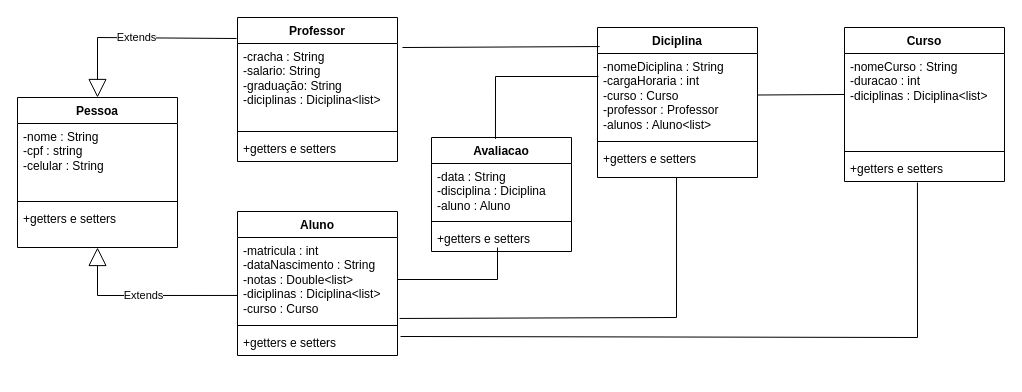
This is Trabalho Final/Diagrama.drawio from brendoncode/TrabalhoFinalPOO, a draw.io file, before an edit. Source tidied: cells renumbered, new cells numbered last; positions are measured from the earlier drawing's top-left corner, leaving out a move shared by most shapes. Both pictures are drawn from the tidied source at 100%, with x=0, y=0 at pixel (17, 17).
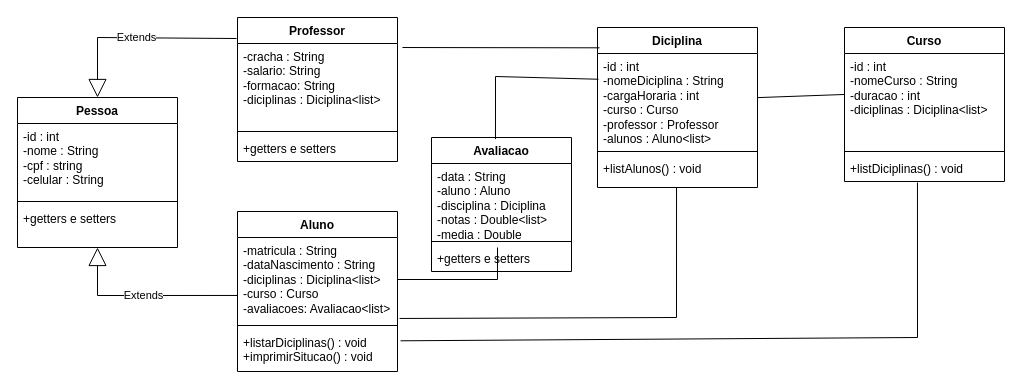
After the change.

The change refers to these unchanged cells:
```xml
<mxCell id="2" value="Professor" style="swimlane;fontStyle=1;align=center;verticalAlign=top;horizontal=1;startSize=26;whiteSpace=wrap;html=1;" parent="1" vertex="1">
  <mxGeometry x="220" width="160" height="144" as="geometry" />
</mxCell>
<mxCell id="6" value="Curso" style="swimlane;fontStyle=1;align=center;verticalAlign=top;horizontal=1;startSize=26;whiteSpace=wrap;html=1;" parent="1" vertex="1">
  <mxGeometry x="827" y="10" width="160" height="154" as="geometry" />
</mxCell>
<mxCell id="14" value="Pessoa" style="swimlane;fontStyle=1;align=center;verticalAlign=top;horizontal=1;startSize=26;whiteSpace=wrap;html=1;" parent="1" vertex="1">
  <mxGeometry y="80" width="160" height="150" as="geometry" />
</mxCell>
```

Change to the diagram source:
```diff
@@
-    <mxCell id="3" value="-cracha : String&lt;br&gt;-salario: String&lt;br&gt;-graduação: String&lt;br&gt;-diciplinas : Diciplina&amp;lt;list&amp;gt;" style="text;strokeColor=none;fillColor=none;align=left;verticalAlign=top;spacingLeft=4;spacingRight=4;overflow=hidden;points=[[0,0.5],[1,0.5]];portConstraint=eastwest;whiteSpace=wrap;html=1;" parent="2" vertex="1">
+    <mxCell id="3" value="-cracha : String&lt;br&gt;-salario: String&lt;br&gt;-formacao: String&lt;br&gt;-diciplinas : Diciplina&amp;lt;list&amp;gt;" style="text;strokeColor=none;fillColor=none;align=left;verticalAlign=top;spacingLeft=4;spacingRight=4;overflow=hidden;points=[[0,0.5],[1,0.5]];portConstraint=eastwest;whiteSpace=wrap;html=1;" parent="2" vertex="1">
       <mxGeometry y="26" width="160" height="84" as="geometry" />
     </mxCell>
@@
-    <mxCell id="7" value="-nomeCurso : String&lt;br&gt;-duracao : int&lt;br&gt;-diciplinas : Diciplina&amp;lt;list&amp;gt;" style="text;strokeColor=none;fillColor=none;align=left;verticalAlign=top;spacingLeft=4;spacingRight=4;overflow=hidden;points=[[0,0.5],[1,0.5]];portConstraint=eastwest;whiteSpace=wrap;html=1;" parent="6" vertex="1">
+    <mxCell id="7" value="-id : int&lt;br&gt;-nomeCurso : String&lt;br&gt;-duracao : int&lt;br&gt;-diciplinas : Diciplina&amp;lt;list&amp;gt;" style="text;strokeColor=none;fillColor=none;align=left;verticalAlign=top;spacingLeft=4;spacingRight=4;overflow=hidden;points=[[0,0.5],[1,0.5]];portConstraint=eastwest;whiteSpace=wrap;html=1;" parent="6" vertex="1">
       <mxGeometry y="26" width="160" height="94" as="geometry" />
     </mxCell>
@@
-    <mxCell id="9" value="+getters e setters" style="text;strokeColor=none;fillColor=none;align=left;verticalAlign=top;spacingLeft=4;spacingRight=4;overflow=hidden;points=[[0,0.5],[1,0.5]];portConstraint=eastwest;whiteSpace=wrap;html=1;" parent="6" vertex="1">
+    <mxCell id="9" value="+listDiciplinas() : void" style="text;strokeColor=none;fillColor=none;align=left;verticalAlign=top;spacingLeft=4;spacingRight=4;overflow=hidden;points=[[0,0.5],[1,0.5]];portConstraint=eastwest;whiteSpace=wrap;html=1;" parent="6" vertex="1">
       <mxGeometry y="128" width="160" height="26" as="geometry" />
     </mxCell>
     <mxCell id="10" value="Diciplina" style="swimlane;fontStyle=1;align=center;verticalAlign=top;horizontal=1;startSize=26;whiteSpace=wrap;html=1;" parent="1" vertex="1">
-      <mxGeometry x="580" y="10" width="160" height="150" as="geometry" />
+      <mxGeometry x="580" y="10" width="160" height="160" as="geometry" />
     </mxCell>
-    <mxCell id="11" value="-nomeDiciplina : String&lt;br&gt;-cargaHoraria : int&lt;br&gt;-curso : Curso&lt;br&gt;-professor : Professor&lt;br&gt;-alunos : Aluno&amp;lt;list&amp;gt;" style="text;strokeColor=none;fillColor=none;align=left;verticalAlign=top;spacingLeft=4;spacingRight=4;overflow=hidden;points=[[0,0.5],[1,0.5]];portConstraint=eastwest;whiteSpace=wrap;html=1;" parent="10" vertex="1">
-      <mxGeometry y="26" width="160" height="84" as="geometry" />
+    <mxCell id="11" value="-id : int&lt;br&gt;-nomeDiciplina : String&lt;br&gt;-cargaHoraria : int&lt;br&gt;-curso : Curso&lt;br&gt;-professor : Professor&lt;br&gt;-alunos : Aluno&amp;lt;list&amp;gt;" style="text;strokeColor=none;fillColor=none;align=left;verticalAlign=top;spacingLeft=4;spacingRight=4;overflow=hidden;points=[[0,0.5],[1,0.5]];portConstraint=eastwest;whiteSpace=wrap;html=1;" parent="10" vertex="1">
+      <mxGeometry y="26" width="160" height="94" as="geometry" />
     </mxCell>
     <mxCell id="12" style="line;strokeWidth=1;fillColor=none;align=left;verticalAlign=middle;spacingTop=-1;spacingLeft=3;spacingRight=3;labelPosition=right;strokeColor=inherit;" parent="10" vertex="1">
-      <mxGeometry y="110" width="160" height="8" as="geometry" />
+      <mxGeometry y="120" width="160" height="8" as="geometry" />
     </mxCell>
-    <mxCell id="13" value="+getters e setters" style="text;strokeColor=none;fillColor=none;align=left;verticalAlign=top;spacingLeft=4;spacingRight=4;overflow=hidden;points=[[0,0.5],[1,0.5]];portConstraint=eastwest;whiteSpace=wrap;html=1;" parent="10" vertex="1">
-      <mxGeometry y="118" width="160" height="32" as="geometry" />
+    <mxCell id="13" value="+listAlunos() : void" style="text;strokeColor=none;fillColor=none;align=left;verticalAlign=top;spacingLeft=4;spacingRight=4;overflow=hidden;points=[[0,0.5],[1,0.5]];portConstraint=eastwest;whiteSpace=wrap;html=1;" parent="10" vertex="1">
+      <mxGeometry y="128" width="160" height="32" as="geometry" />
     </mxCell>
@@
-    <mxCell id="15" value="-nome : String&lt;br&gt;-cpf : string&lt;br&gt;-celular : String" style="text;strokeColor=none;fillColor=none;align=left;verticalAlign=top;spacingLeft=4;spacingRight=4;overflow=hidden;whiteSpace=wrap;html=1;" parent="14" vertex="1">
+    <mxCell id="15" value="-id : int&lt;br&gt;-nome : String&lt;br&gt;-cpf : string&lt;br&gt;-celular : String" style="text;strokeColor=none;fillColor=none;align=left;verticalAlign=top;spacingLeft=4;spacingRight=4;overflow=hidden;whiteSpace=wrap;html=1;" parent="14" vertex="1">
       <mxGeometry y="26" width="160" height="74" as="geometry" />
     </mxCell>
@@
     <mxCell id="19" value="Aluno&lt;br&gt;" style="swimlane;fontStyle=1;align=center;verticalAlign=top;horizontal=1;startSize=26;whiteSpace=wrap;html=1;" parent="1" vertex="1">
-      <mxGeometry x="220" y="194" width="160" height="144" as="geometry" />
+      <mxGeometry x="220" y="194" width="160" height="160" as="geometry" />
     </mxCell>
-    <mxCell id="20" value="-matricula : int&lt;br&gt;-dataNascimento : String&lt;br&gt;-notas : Double&amp;lt;list&amp;gt;&lt;br&gt;-diciplinas : Diciplina&amp;lt;list&amp;gt;&lt;br&gt;-curso : Curso" style="text;strokeColor=none;fillColor=none;align=left;verticalAlign=top;spacingLeft=4;spacingRight=4;overflow=hidden;points=[[0,0.5],[1,0.5]];portConstraint=eastwest;whiteSpace=wrap;html=1;" parent="19" vertex="1">
+    <mxCell id="20" value="-matricula : String&lt;br&gt;-dataNascimento : String&lt;br&gt;-diciplinas : Diciplina&amp;lt;list&amp;gt;&lt;br&gt;-curso : Curso&lt;br&gt;-avaliacoes: Avaliacao&amp;lt;list&amp;gt;" style="text;strokeColor=none;fillColor=none;align=left;verticalAlign=top;spacingLeft=4;spacingRight=4;overflow=hidden;points=[[0,0.5],[1,0.5]];portConstraint=eastwest;whiteSpace=wrap;html=1;" parent="19" vertex="1">
       <mxGeometry y="26" width="160" height="84" as="geometry" />
     </mxCell>
@@
-    <mxCell id="22" value="+getters e setters" style="text;strokeColor=none;fillColor=none;align=left;verticalAlign=top;spacingLeft=4;spacingRight=4;overflow=hidden;points=[[0,0.5],[1,0.5]];portConstraint=eastwest;whiteSpace=wrap;html=1;" parent="19" vertex="1">
-      <mxGeometry y="118" width="160" height="26" as="geometry" />
+    <mxCell id="22" value="+listarDiciplinas() : void&lt;br&gt;+imprimirSitucao() : void" style="text;strokeColor=none;fillColor=none;align=left;verticalAlign=top;spacingLeft=4;spacingRight=4;overflow=hidden;points=[[0,0.5],[1,0.5]];portConstraint=eastwest;whiteSpace=wrap;html=1;" parent="19" vertex="1">
+      <mxGeometry y="118" width="160" height="42" as="geometry" />
     </mxCell>
@@
     <mxCell id="29" value="Avaliacao" style="swimlane;fontStyle=1;align=center;verticalAlign=top;horizontal=1;startSize=26;whiteSpace=wrap;html=1;" parent="1" vertex="1">
-      <mxGeometry x="414" y="120" width="140" height="114" as="geometry" />
+      <mxGeometry x="414" y="120" width="140" height="134" as="geometry" />
     </mxCell>
-    <mxCell id="30" value="-data : String&lt;br&gt;-disciplina : Diciplina&lt;br&gt;-aluno : Aluno&lt;br&gt;" style="text;strokeColor=none;fillColor=none;align=left;verticalAlign=top;spacingLeft=4;spacingRight=4;overflow=hidden;whiteSpace=wrap;html=1;" parent="29" vertex="1">
-      <mxGeometry y="26" width="140" height="54" as="geometry" />
+    <mxCell id="30" value="-data : String&lt;br&gt;-aluno : Aluno&lt;br&gt;-disciplina : Diciplina&lt;br&gt;-notas : Double&amp;lt;list&amp;gt;&lt;br&gt;-media : Double&lt;br&gt;" style="text;strokeColor=none;fillColor=none;align=left;verticalAlign=top;spacingLeft=4;spacingRight=4;overflow=hidden;whiteSpace=wrap;html=1;" parent="29" vertex="1">
+      <mxGeometry y="26" width="140" height="74" as="geometry" />
     </mxCell>
     <mxCell id="31" style="line;strokeWidth=1;fillColor=none;align=left;verticalAlign=middle;spacingTop=-1;spacingLeft=3;spacingRight=3;labelPosition=right;strokeColor=inherit;" parent="29" vertex="1">
-      <mxGeometry y="80" width="140" height="8" as="geometry" />
+      <mxGeometry y="100" width="140" height="8" as="geometry" />
     </mxCell>
     <mxCell id="32" value="+getters e setters" style="text;strokeColor=none;fillColor=none;align=left;verticalAlign=top;spacingLeft=4;spacingRight=4;overflow=hidden;whiteSpace=wrap;html=1;" parent="29" vertex="1">
-      <mxGeometry y="88" width="140" height="26" as="geometry" />
+      <mxGeometry y="108" width="140" height="26" as="geometry" />
     </mxCell>
```
